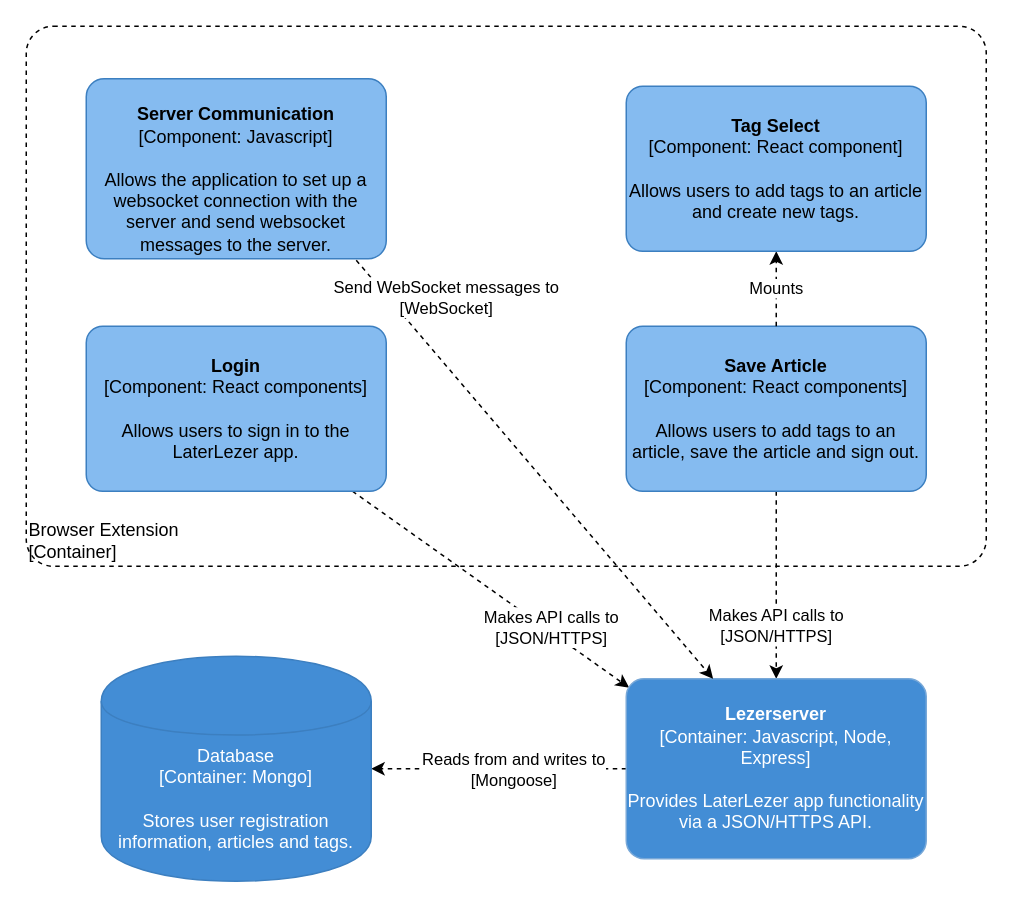
Before: page "component-diagram-extension" (4 of 7) of documents/c4model.drawio in Patrickroelofs/HANICA-DWA-Laterlezer, a draw.io diagram. Source tidied: cells renumbered, new cells numbered last; positions are measured from the earlier drawing's top-left corner, leaving out a move shared by most shapes. Both pictures are drawn from the tidied source at 150%, with x=0, y=0 at pixel (26, 26).
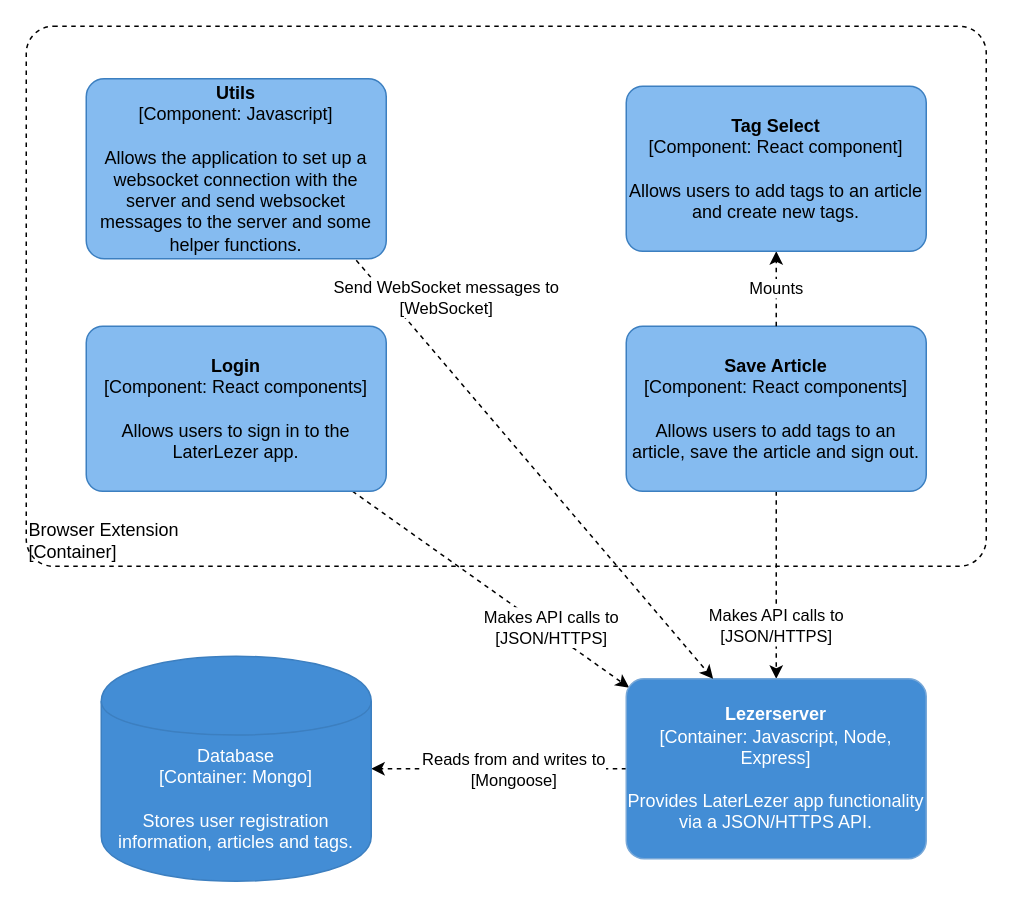
The same page after the edit.

Diff of the diagram source:
```diff
@@
-    <object id="15" label="&lt;b&gt;%c4Name%&lt;/b&gt;&lt;div&gt;[%c4Type%: %c4Technology%]&lt;/div&gt;&lt;br&gt;&lt;div&gt;%c4Description%&lt;/div&gt;" c4Description="Allows the application to set up a websocket connection with the server and send websocket messages to the server." c4Name="&#10;Server Communication" c4Technology="Javascript" c4Type="Component" placeholders="1">
+    <object id="15" label="&lt;b&gt;%c4Name%&lt;/b&gt;&lt;div&gt;[%c4Type%: %c4Technology%]&lt;/div&gt;&lt;br&gt;&lt;div&gt;%c4Description%&lt;/div&gt;" c4Description="Allows the application to set up a websocket connection with the server and send websocket messages to the server and some helper functions." c4Name="Utils" c4Technology="Javascript" c4Type="Component" placeholders="1">
       <mxCell style="rounded=1;whiteSpace=wrap;html=1;labelBackgroundColor=none;align=center;arcSize=10;strokeColor=#3C7FC0;metaData={&quot;c4Type&quot;:{&quot;editable&quot;:false}};fillColor=#85BBF0;" parent="1" vertex="1">
         <mxGeometry x="40" y="35" width="200" height="120" as="geometry" />
       </mxCell>
     </object>
```
